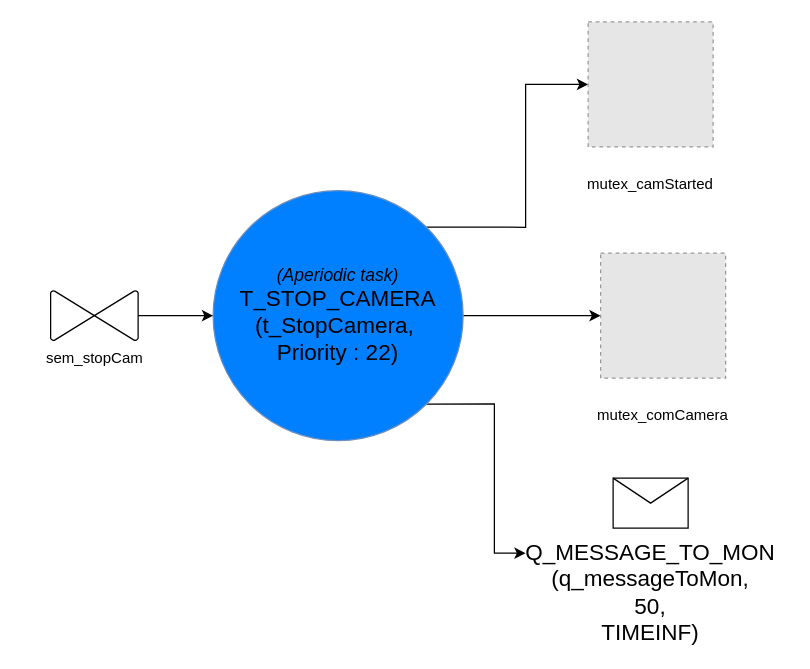
Earlier version of the draw.io diagram perso/conception/T_STOP_CAMERA.drawio (NoNo47400/rt_dumber_depo). Source tidied: cells renumbered, new cells numbered last; positions are measured from the earlier drawing's top-left corner, leaving out a move shared by most shapes. Both pictures are drawn from the tidied source at 125%, with x=0, y=0 at pixel (50, 21). Pictures stored in the file or linked from it are replaced by grey dashed boxes.
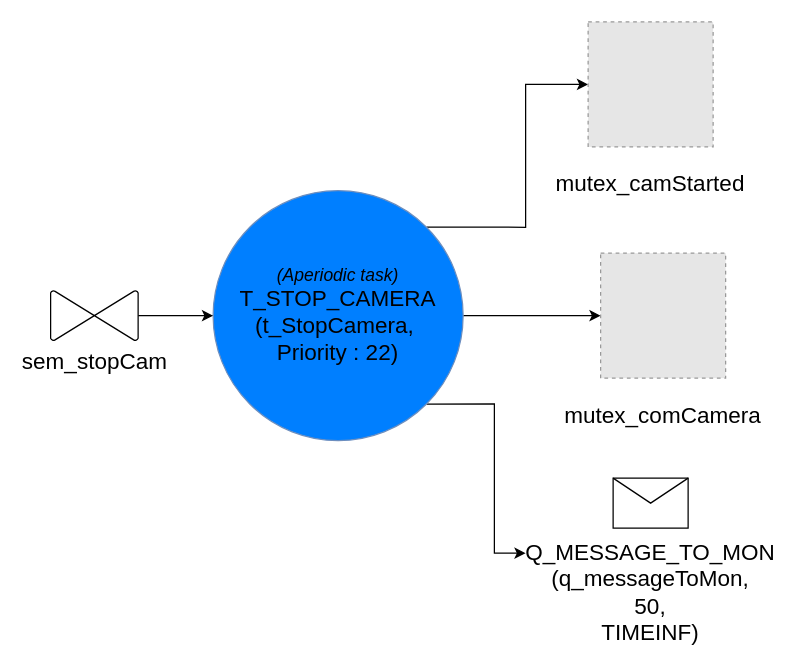
Above is the later version.

What changed in the source:
```diff
@@
 <mxGraphModel>
   <root>
     <mxCell id="0" />
     <mxCell id="1" parent="0" />
     <mxCell id="2" style="edgeStyle=orthogonalEdgeStyle;rounded=0;jettySize=auto;html=1;exitX=1;exitY=0;exitDx=0;exitDy=0;entryX=0;entryY=0.5;entryDx=0;entryDy=0;" parent="1" edge="1" source="5" target="9">
       <mxGeometry relative="1" as="geometry" />
     </mxCell>
     <mxCell id="3" style="edgeStyle=orthogonalEdgeStyle;rounded=0;jettySize=auto;html=1;exitX=1;exitY=1;exitDx=0;exitDy=0;entryX=0;entryY=0.5;entryDx=0;entryDy=0;" parent="1" edge="1" source="5" target="13">
       <mxGeometry relative="1" as="geometry" />
     </mxCell>
     <mxCell id="4" style="edgeStyle=orthogonalEdgeStyle;rounded=0;jettySize=auto;html=1;" parent="1" edge="1" source="5" target="15">
       <mxGeometry relative="1" as="geometry" />
     </mxCell>
     <mxCell id="5" value="&lt;font&gt;&lt;i&gt;&lt;font style=&quot;font-size: 14px&quot;&gt;(Aperiodic task)&lt;br&gt;&lt;/font&gt;&lt;/i&gt;&lt;font size=&quot;4&quot;&gt;T_STOP_CAMERA&lt;/font&gt;&lt;br&gt;&lt;font size=&quot;4&quot;&gt;(t_StopCamera,&amp;nbsp;&lt;/font&gt;&lt;/font&gt;&lt;div&gt;&lt;font&gt;&lt;font size=&quot;4&quot;&gt;Priority : 22)&lt;/font&gt;&lt;br&gt;&lt;/font&gt;&lt;/div&gt;" style="ellipse;whiteSpace=wrap;html=1;fillColor=#007FFF;strokeColor=#6c8ebf;" parent="1" vertex="1">
       <mxGeometry x="130" y="135" width="200" height="200" as="geometry" />
     </mxCell>
     <mxCell id="6" style="edgeStyle=orthogonalEdgeStyle;rounded=0;jettySize=auto;html=1;exitX=0.5;exitY=0;exitDx=0;exitDy=0;exitPerimeter=0;entryX=0;entryY=0.5;entryDx=0;entryDy=0;" parent="1" edge="1" source="7" target="5">
       <mxGeometry relative="1" as="geometry" />
     </mxCell>
-    <mxCell id="7" value="sem_stopCam" style="verticalLabelPosition=bottom;verticalAlign=top;html=1;shape=mxgraph.flowchart.collate;direction=south;rotation=0;" parent="1" vertex="1">
+    <mxCell id="7" value="&lt;font style=&quot;font-size: 18px;&quot;&gt;sem_stopCam&lt;/font&gt;" style="verticalLabelPosition=bottom;verticalAlign=top;html=1;shape=mxgraph.flowchart.collate;direction=south;rotation=0;" parent="1" vertex="1">
       <mxGeometry y="215" width="70" height="40" as="geometry" />
     </mxCell>
     <mxCell id="8" style="group;" parent="1" vertex="1">
       <mxGeometry x="380" width="200" height="140" as="geometry" />
     </mxCell>
     <mxCell id="9" style="fillColor=#E6E6E6;strokeColor=#999999;dashed=1;verticalLabelPosition=bottom;labelBackgroundColor=#ffffff;verticalAlign=top;" parent="8" vertex="1">
       <mxGeometry x="50" width="100" height="100" as="geometry" />
     </mxCell>
-    <mxCell id="10" value="mutex_camStarted" style="text;html=1;strokeColor=none;fillColor=none;align=center;verticalAlign=middle;whiteSpace=wrap;rounded=0;" parent="8" vertex="1">
+    <mxCell id="10" value="&lt;font style=&quot;font-size: 18px;&quot;&gt;mutex_camStarted&lt;/font&gt;" style="text;html=1;strokeColor=none;fillColor=none;align=center;verticalAlign=middle;whiteSpace=wrap;rounded=0;" parent="8" vertex="1">
       <mxGeometry y="120" width="200" height="20" as="geometry" />
     </mxCell>
     <mxCell id="11" style="group;" parent="1" vertex="1">
       <mxGeometry x="380" y="365" width="200" height="70" as="geometry" />
     </mxCell>
     <mxCell id="12" style="shape=message;html=1;whiteSpace=wrap;html=1;" parent="11" vertex="1">
       <mxGeometry x="70" width="60" height="40" as="geometry" />
     </mxCell>
     <mxCell id="13" value="&lt;font style=&quot;font-size: 18px&quot;&gt;&lt;br&gt;&lt;br&gt;&lt;br&gt;Q_MESSAGE_TO_MON&lt;br&gt;(q_messageToMon,&lt;br&gt;50,&lt;br&gt;TIMEINF)&lt;br&gt;&lt;/font&gt;" style="text;html=1;strokeColor=none;fillColor=none;align=center;verticalAlign=middle;whiteSpace=wrap;rounded=0;" parent="11" vertex="1">
       <mxGeometry y="50" width="200" height="20" as="geometry" />
     </mxCell>
     <mxCell id="14" style="group;" parent="1" vertex="1">
       <mxGeometry x="390" y="185" width="200" height="140" as="geometry" />
     </mxCell>
     <mxCell id="15" style="fillColor=#E6E6E6;strokeColor=#999999;dashed=1;verticalLabelPosition=bottom;labelBackgroundColor=#ffffff;verticalAlign=top;" parent="14" vertex="1">
       <mxGeometry x="50" width="100" height="100" as="geometry" />
     </mxCell>
-    <mxCell id="16" value="mutex_comCamera" style="text;html=1;strokeColor=none;fillColor=none;align=center;verticalAlign=middle;whiteSpace=wrap;rounded=0;" parent="14" vertex="1">
+    <mxCell id="16" value="&lt;font style=&quot;font-size: 18px;&quot;&gt;mutex_comCamera&lt;/font&gt;" style="text;html=1;strokeColor=none;fillColor=none;align=center;verticalAlign=middle;whiteSpace=wrap;rounded=0;" parent="14" vertex="1">
       <mxGeometry y="120" width="200" height="20" as="geometry" />
     </mxCell>
   </root>
 </mxGraphModel>
```
